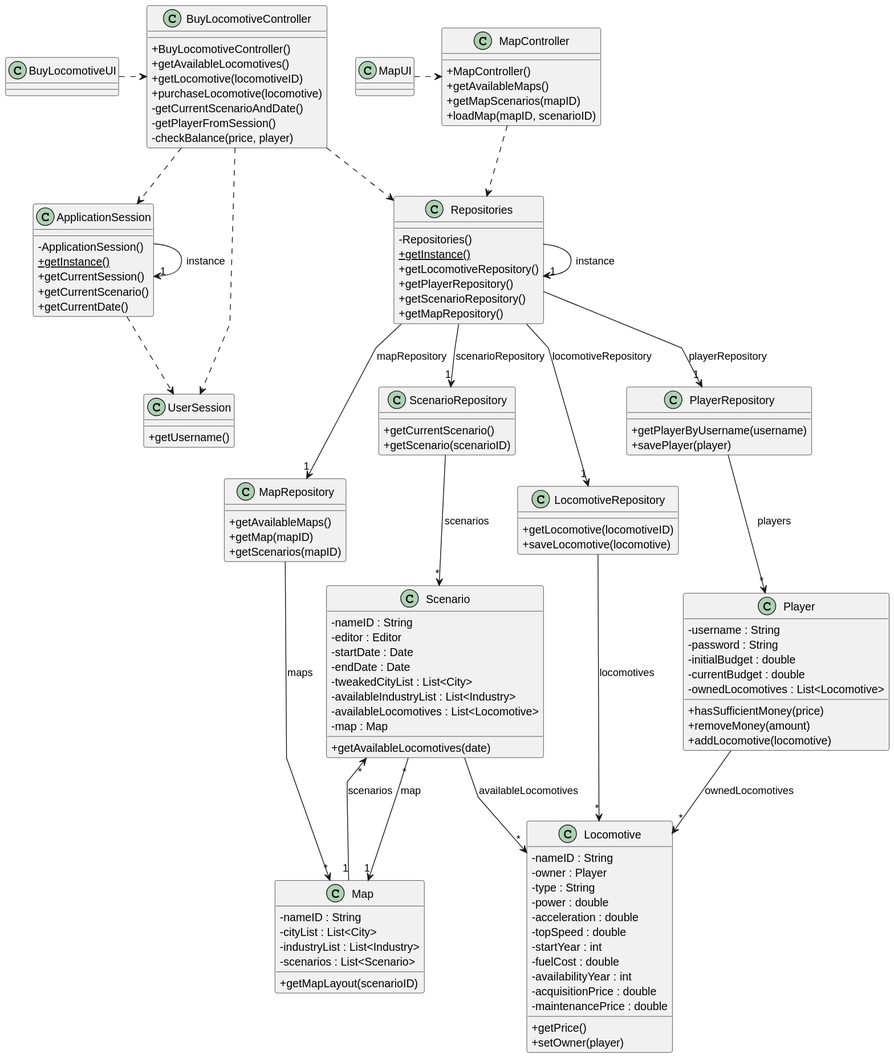
Before: docs/system-documentation/Sprint 3/US09/03.design/svg/US09-CD.svg, a diagram exported from PlantUML (HenriqueSilva18/Railway-Network-Simulator).
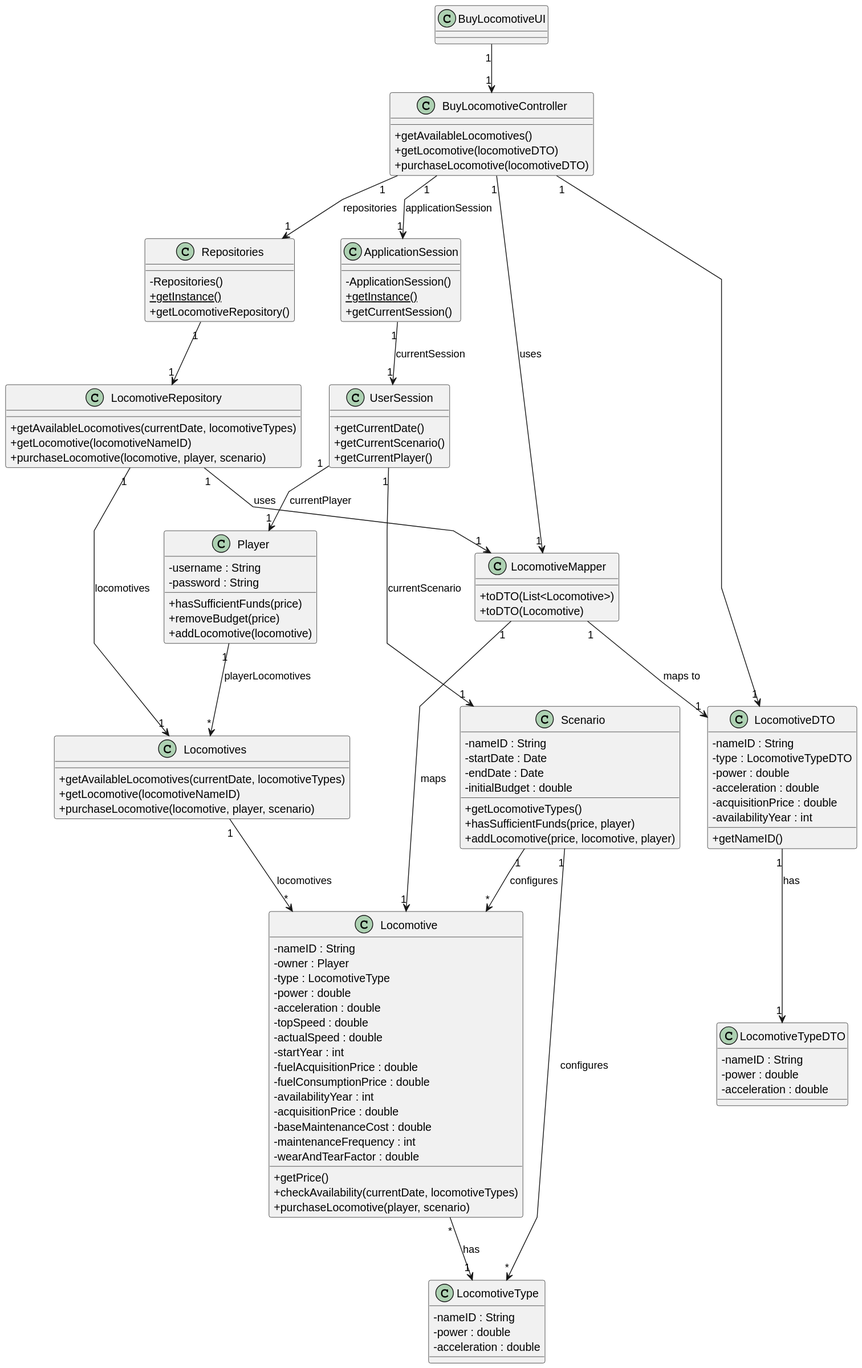
The same diagram one commit later.

Diff of the diagram source:
```diff
@@ -5,148 +5,134 @@
 
 skinparam classAttributeIconSize 0
 
-
-class ApplicationSession {
-    - ApplicationSession()
-    + {static} getInstance()
-    + getCurrentSession()
-    + getCurrentScenario()
-    + getCurrentDate()
+class BuyLocomotiveUI {
 }
 
-class UserSession {
-    + getUsername()
-}
-
-class Player {
-    - username : String
-    - password : String
-    - initialBudget : double
-    - currentBudget : double
-    - ownedLocomotives : List<Locomotive>
-
-    + hasSufficientMoney(price)
-    + removeMoney(amount)
-    + addLocomotive(locomotive)
-}
-
-class Map {
-    - nameID : String
-    - cityList : List<City>
-    - industryList : List<Industry>
-    - scenarios : List<Scenario>
-
-    + getMapLayout(scenarioID)
-}
-
-class Locomotive {
-    - nameID : String
-    - owner : Player
-    - type : String
-    - power : double
-    - acceleration : double
-    - topSpeed : double
-    - startYear : int
-    - fuelCost : double
-    - availabilityYear : int
-    - acquisitionPrice : double
-    - maintenancePrice : double
-
-    + getPrice()
-    + setOwner(player)
-}
-
-class Scenario {
-    - nameID : String
-    - editor : Editor
-    - startDate : Date
-    - endDate : Date
-    - tweakedCityList : List<City>
-    - availableIndustryList : List<Industry>
-    - availableLocomotives : List<Locomotive>
-    - map : Map
-
-    + getAvailableLocomotives(date)
-}
-
-class LocomotiveRepository {
-    + getLocomotive(locomotiveID)
-    + saveLocomotive(locomotive)
-}
-
-class PlayerRepository {
-    + getPlayerByUsername(username)
-    + savePlayer(player)
-}
-
-class ScenarioRepository {
-    + getCurrentScenario()
-    + getScenario(scenarioID)
-}
-
-class MapRepository {
-    + getAvailableMaps()
-    + getMap(mapID)
-    + getScenarios(mapID)
+class BuyLocomotiveController {
+    + getAvailableLocomotives()
+    + getLocomotive(locomotiveDTO)
+    + purchaseLocomotive(locomotiveDTO)
 }
 
 class Repositories {
     - Repositories()
     + {static} getInstance()
     + getLocomotiveRepository()
-    + getPlayerRepository()
-    + getScenarioRepository()
-    + getMapRepository()
 }
 
-class BuyLocomotiveController {
-    + BuyLocomotiveController()
-    + getAvailableLocomotives()
-    + getLocomotive(locomotiveID)
-    + purchaseLocomotive(locomotive)
-    - getCurrentScenarioAndDate()
-    - getPlayerFromSession()
-    - checkBalance(price, player)
+class ApplicationSession {
+    - ApplicationSession()
+    + {static} getInstance()
+    + getCurrentSession()
 }
 
-class MapController {
-    + MapController()
-    + getAvailableMaps()
-    + getMapScenarios(mapID)
-    + loadMap(mapID, scenarioID)
+class UserSession {
+    + getCurrentDate()
+    + getCurrentScenario()
+    + getCurrentPlayer()
 }
 
-class BuyLocomotiveUI {
+class LocomotiveRepository {
+    + getAvailableLocomotives(currentDate, locomotiveTypes)
+    + getLocomotive(locomotiveNameID)
+    + purchaseLocomotive(locomotive, player, scenario)
 }
 
-class MapUI {
+class Locomotives {
+    + getAvailableLocomotives(currentDate, locomotiveTypes)
+    + getLocomotive(locomotiveNameID)
+    + purchaseLocomotive(locomotive, player, scenario)
 }
 
-BuyLocomotiveUI .> BuyLocomotiveController
-MapUI .> MapController
+class Locomotive {
+    - nameID : String
+    - owner : Player
+    - type : LocomotiveType
+    - power : double
+    - acceleration : double
+    - topSpeed : double
+    - actualSpeed : double
+    - startYear : int
+    - fuelAcquisitionPrice : double
+    - fuelConsumptionPrice : double
+    - availabilityYear : int
+    - acquisitionPrice : double
+    - baseMaintenanceCost : double
+    - maintenanceFrequency : int
+    - wearAndTearFactor : double
+    + getPrice()
+    + checkAvailability(currentDate, locomotiveTypes)
+    + purchaseLocomotive(player, scenario)
+}
 
-BuyLocomotiveController ..> ApplicationSession
-BuyLocomotiveController ..> UserSession
-BuyLocomotiveController ..> Repositories
+class LocomotiveType {
+    - nameID : String
+    - power : double
+    - acceleration : double
+}
 
-MapController ..> Repositories
+class Scenario {
+    - nameID : String
+    - startDate : Date
+    - endDate : Date
+    - initialBudget : double
+    + getLocomotiveTypes()
+    + hasSufficientFunds(price, player)
+    + addLocomotive(price, locomotive, player)
+}
 
-Repositories -> "1" Repositories : instance
-Repositories --> "1" LocomotiveRepository : locomotiveRepository
-Repositories --> "1" PlayerRepository : playerRepository
-Repositories --> "1" ScenarioRepository : scenarioRepository
-Repositories --> "1" MapRepository : mapRepository
+class Player {
+    - username : String
+    - password : String
+    + hasSufficientFunds(price)
+    + removeBudget(price)
+    + addLocomotive(locomotive)
+}
 
-ApplicationSession -> "1" ApplicationSession : instance
-ApplicationSession ..> UserSession
+class LocomotiveDTO {
+    - nameID : String
+    - type : LocomotiveTypeDTO
+    - power : double
+    - acceleration : double
+    - acquisitionPrice : double
+    - availabilityYear : int
+    + getNameID()
+}
 
-LocomotiveRepository --> "*" Locomotive : locomotives
-PlayerRepository --> "*" Player : players
-ScenarioRepository --> "*" Scenario : scenarios
-MapRepository --> "*" Map : maps
+class LocomotiveTypeDTO {
+    - nameID : String
+    - power : double
+    - acceleration : double
+}
 
-Player --> "*" Locomotive : ownedLocomotives
-Scenario --> "*" Locomotive : availableLocomotives
-Map "1" --> "*" Scenario : scenarios
-Scenario "*" --> "1" Map : map
+class LocomotiveMapper {
+    + toDTO(List<Locomotive>)
+    + toDTO(Locomotive)
+}
+
+BuyLocomotiveUI "1" --> "1" BuyLocomotiveController
+BuyLocomotiveController "1" --> "1" Repositories : repositories
+BuyLocomotiveController "1" --> "1" ApplicationSession : applicationSession
+BuyLocomotiveController "1" --> "1" LocomotiveDTO
+
+Repositories "1" --> "1" LocomotiveRepository
+
+LocomotiveRepository "1" --> "1" Locomotives : locomotives
+Locomotives "1" --> "*" Locomotive : locomotives
+
+ApplicationSession "1" --> "1" UserSession : currentSession
+UserSession "1" --> "1" Scenario : currentScenario
+UserSession "1" --> "1" Player : currentPlayer
+
+Scenario "1" --> "*" Locomotive : configures
+Scenario "1" --> "*" LocomotiveType : configures
+Player "1" --> "*" Locomotives : playerLocomotives
+Locomotive "*" --> "1" LocomotiveType : has
+
+LocomotiveMapper "1" --> "1" Locomotive : maps
+LocomotiveMapper "1" --> "1" LocomotiveDTO : maps to
+LocomotiveDTO "1" --> "1" LocomotiveTypeDTO : has
+
+LocomotiveRepository "1" --> "1" LocomotiveMapper : uses
+BuyLocomotiveController "1" --> "1" LocomotiveMapper : uses
 @enduml
```
